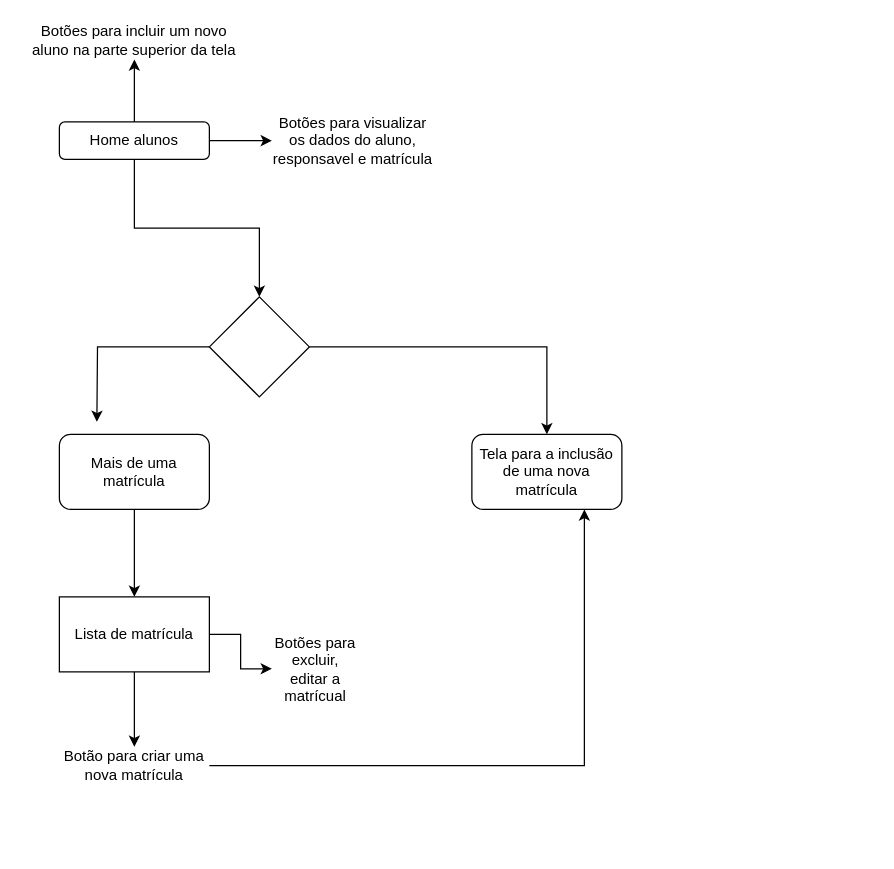
This is Modelagem/sistema de matrícula.drawio from noelsonneres/sl-School-Web, a draw.io file, before an edit. Source tidied: cells renumbered, new cells numbered last; positions are measured from the earlier drawing's top-left corner, leaving out a move shared by most shapes. Both pictures are drawn from the tidied source at 125%, with x=0, y=0 at pixel (21, 21).
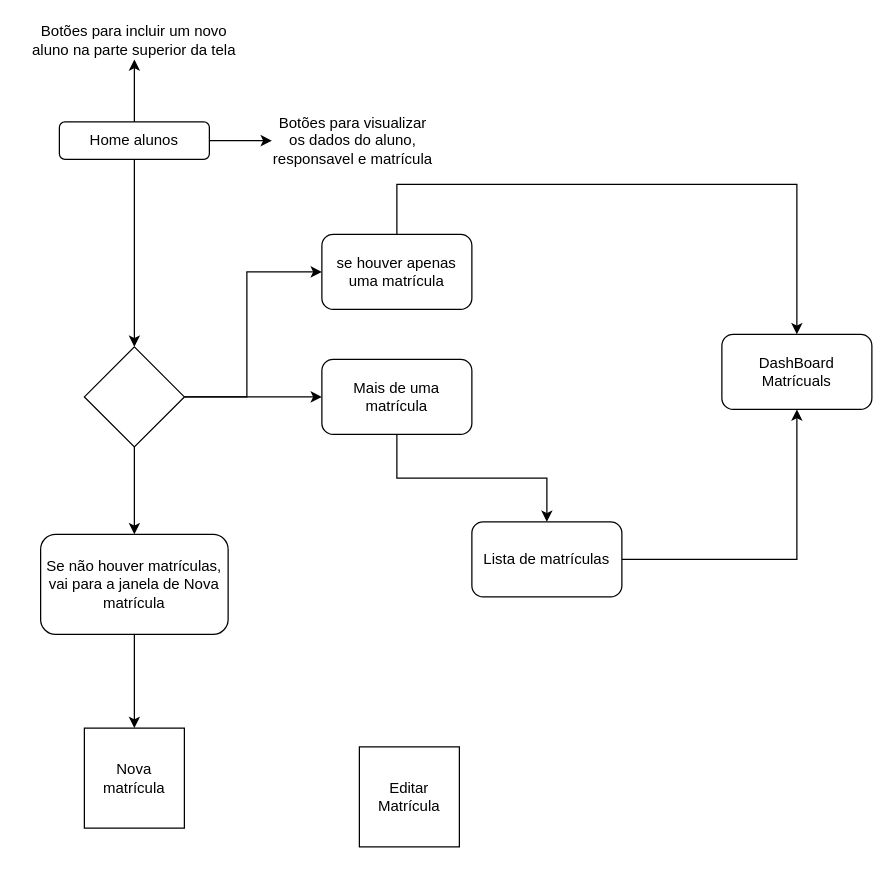
Above is the later version.

Commit message (it also covers changes not shown here):
Matrículas Turmas

The change refers to these unchanged cells:
```xml
<mxCell id="5" value="Home alunos" style="rounded=1;whiteSpace=wrap;html=1;" parent="1" vertex="1">
  <mxGeometry x="30" y="80" width="120" height="30" as="geometry" />
</mxCell>
```

Change to the diagram source:
```diff
@@
-    <mxCell id="4" style="edgeStyle=orthogonalEdgeStyle;rounded=0;jettySize=auto;html=1;" parent="1" edge="1" source="5" target="10">
-      <mxGeometry relative="1" as="geometry" />
-    </mxCell>
+    <mxCell id="20" style="edgeStyle=orthogonalEdgeStyle;rounded=0;jettySize=auto;html=1;" parent="1" edge="1" source="5" target="24">
+      <mxGeometry relative="1" as="geometry" />
+    </mxCell>
@@
-    <mxCell id="8" style="edgeStyle=orthogonalEdgeStyle;rounded=0;jettySize=auto;html=1;" parent="1" edge="1" source="10">
-      <mxGeometry relative="1" as="geometry">
-        <mxPoint x="60" y="320" as="targetPoint" />
-      </mxGeometry>
-    </mxCell>
-    <mxCell id="9" style="edgeStyle=orthogonalEdgeStyle;rounded=0;jettySize=auto;html=1;" parent="1" edge="1" source="10" target="19">
-      <mxGeometry relative="1" as="geometry" />
-    </mxCell>
-    <mxCell id="10" style="rhombus;whiteSpace=wrap;html=1;" parent="1" vertex="1">
-      <mxGeometry x="150" y="220" width="80" height="80" as="geometry" />
-    </mxCell>
-    <mxCell id="11" style="edgeStyle=orthogonalEdgeStyle;rounded=0;jettySize=auto;html=1;" parent="1" edge="1" source="12" target="15">
-      <mxGeometry relative="1" as="geometry" />
-    </mxCell>
+    <mxCell id="21" style="edgeStyle=orthogonalEdgeStyle;rounded=0;jettySize=auto;html=1;" parent="1" edge="1" source="24" target="26">
+      <mxGeometry relative="1" as="geometry" />
+    </mxCell>
+    <mxCell id="22" style="edgeStyle=orthogonalEdgeStyle;rounded=0;jettySize=auto;html=1;exitX=1;exitY=0.5;exitDx=0;exitDy=0;" parent="1" edge="1" source="24" target="31">
+      <mxGeometry relative="1" as="geometry">
+        <Array as="points">
+          <mxPoint x="180" y="300" />
+          <mxPoint x="180" y="200" />
+        </Array>
+      </mxGeometry>
+    </mxCell>
+    <mxCell id="23" style="edgeStyle=orthogonalEdgeStyle;rounded=0;jettySize=auto;html=1;" parent="1" edge="1" source="24" target="12">
+      <mxGeometry relative="1" as="geometry" />
+    </mxCell>
+    <mxCell id="24" style="rhombus;whiteSpace=wrap;html=1;" parent="1" vertex="1">
+      <mxGeometry x="50" y="260" width="80" height="80" as="geometry" />
+    </mxCell>
+    <mxCell id="25" style="edgeStyle=orthogonalEdgeStyle;rounded=0;jettySize=auto;html=1;" parent="1" edge="1" source="26" target="27">
+      <mxGeometry relative="1" as="geometry" />
+    </mxCell>
+    <mxCell id="26" value="Se não houver matrículas, vai para a janela de Nova matrícula" style="rounded=1;whiteSpace=wrap;html=1;" parent="1" vertex="1">
+      <mxGeometry x="15" y="410" width="150" height="80" as="geometry" />
+    </mxCell>
+    <mxCell id="27" value="Nova matrícula" style="whiteSpace=wrap;html=1;" parent="1" vertex="1">
+      <mxGeometry x="50" y="565" width="80" height="80" as="geometry" />
+    </mxCell>
+    <mxCell id="28" value="Editar Matrícula" style="whiteSpace=wrap;html=1;" parent="1" vertex="1">
+      <mxGeometry x="270" y="580" width="80" height="80" as="geometry" />
+    </mxCell>
+    <mxCell id="29" value="DashBoard Matrícuals" style="rounded=1;whiteSpace=wrap;html=1;" parent="1" vertex="1">
+      <mxGeometry x="560" y="250" width="120" height="60" as="geometry" />
+    </mxCell>
+    <mxCell id="30" style="edgeStyle=orthogonalEdgeStyle;rounded=0;jettySize=auto;html=1;" parent="1" edge="1" source="31" target="29">
+      <mxGeometry relative="1" as="geometry">
+        <Array as="points">
+          <mxPoint x="300" y="130" />
+        </Array>
+      </mxGeometry>
+    </mxCell>
+    <mxCell id="31" value="se houver apenas uma matrícula" style="rounded=1;whiteSpace=wrap;html=1;" parent="1" vertex="1">
+      <mxGeometry x="240" y="170" width="120" height="60" as="geometry" />
+    </mxCell>
+    <mxCell id="32" style="edgeStyle=orthogonalEdgeStyle;rounded=0;jettySize=auto;html=1;" parent="1" edge="1" source="12" target="34">
+      <mxGeometry relative="1" as="geometry" />
+    </mxCell>
     <mxCell id="12" value="Mais de uma matrícula" style="rounded=1;whiteSpace=wrap;html=1;" parent="1" vertex="1">
-      <mxGeometry x="30" y="330" width="120" height="60" as="geometry" />
+      <mxGeometry x="240" y="270" width="120" height="60" as="geometry" />
     </mxCell>
-    <mxCell id="13" style="edgeStyle=orthogonalEdgeStyle;rounded=0;jettySize=auto;html=1;" parent="1" edge="1" source="15" target="17">
-      <mxGeometry relative="1" as="geometry" />
-    </mxCell>
-    <mxCell id="14" style="edgeStyle=orthogonalEdgeStyle;rounded=0;jettySize=auto;html=1;" parent="1" edge="1" source="15" target="18">
-      <mxGeometry relative="1" as="geometry" />
-    </mxCell>
-    <mxCell id="15" value="Lista de matrícula" style="rounded=0;whiteSpace=wrap;html=1;" parent="1" vertex="1">
-      <mxGeometry x="30" y="460" width="120" height="60" as="geometry" />
-    </mxCell>
-    <mxCell id="16" style="edgeStyle=orthogonalEdgeStyle;rounded=0;jettySize=auto;html=1;entryX=0.75;entryY=1;entryDx=0;entryDy=0;" parent="1" edge="1" source="17" target="19">
-      <mxGeometry relative="1" as="geometry" />
-    </mxCell>
-    <mxCell id="17" value="Botão para criar uma nova matrícula" style="text;html=1;strokeColor=none;fillColor=none;align=center;verticalAlign=middle;whiteSpace=wrap;rounded=0;" parent="1" vertex="1">
-      <mxGeometry x="30" y="580" width="120" height="30" as="geometry" />
-    </mxCell>
-    <mxCell id="18" value="Botões para excluir, editar a matrícual" style="text;html=1;strokeColor=none;fillColor=none;align=center;verticalAlign=middle;whiteSpace=wrap;rounded=0;" parent="1" vertex="1">
-      <mxGeometry x="200" y="475" width="70" height="85" as="geometry" />
-    </mxCell>
-    <mxCell id="19" value="Tela para a inclusão de uma nova matrícula" style="rounded=1;whiteSpace=wrap;html=1;" parent="1" vertex="1">
-      <mxGeometry x="360" y="330" width="120" height="60" as="geometry" />
-    </mxCell>
+    <mxCell id="33" style="edgeStyle=orthogonalEdgeStyle;rounded=0;jettySize=auto;html=1;" parent="1" edge="1" source="34" target="29">
+      <mxGeometry relative="1" as="geometry" />
+    </mxCell>
+    <mxCell id="34" value="Lista de matrículas" style="rounded=1;whiteSpace=wrap;html=1;" parent="1" vertex="1">
+      <mxGeometry x="360" y="400" width="120" height="60" as="geometry" />
+    </mxCell>
```
